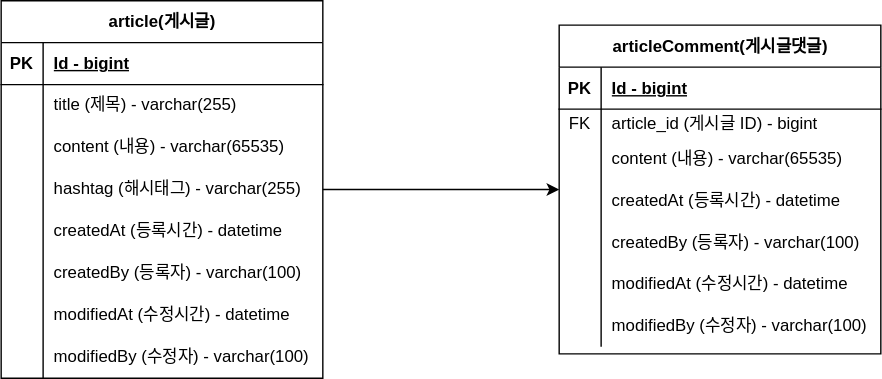
Above: document/project-board-erd.svg in cafe-jun/spring-board (draw.io), before the change. Source tidied: cells renumbered, new cells last; positions are measured from the earlier drawing's top-left corner, leaving out a move shared by most shapes.
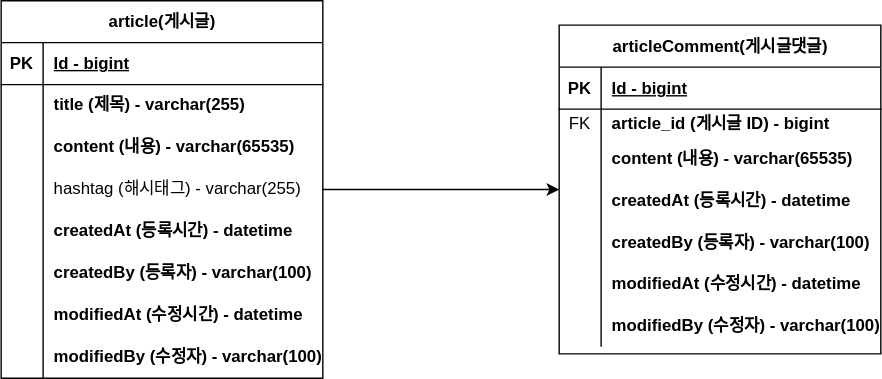
Above is the later version.

Commit message:
[ERD] not null 처리 컬럼 볼드체 처리 project-board-erd.svg 업데이트

What changed in the source:
```diff
@@ -23,7 +23,7 @@
     <mxCell id="8" style="shape=partialRectangle;fillColor=none;top=0;left=0;bottom=0;right=0;overflow=hidden;whiteSpace=wrap;html=1;" parent="7" vertex="1">
       <mxGeometry width="30" height="30" as="geometry" />
     </mxCell>
-    <mxCell id="9" value="title (제목) - varchar(255)" style="shape=partialRectangle;fillColor=none;top=0;left=0;bottom=0;right=0;align=left;spacingLeft=6;overflow=hidden;whiteSpace=wrap;html=1;" parent="7" vertex="1">
+    <mxCell id="9" value="title (제목) - varchar(255)" style="shape=partialRectangle;fillColor=none;top=0;left=0;bottom=0;right=0;align=left;spacingLeft=6;overflow=hidden;whiteSpace=wrap;html=1;fontStyle=1;" parent="7" vertex="1">
       <mxGeometry x="30" width="200" height="30" as="geometry" />
     </mxCell>
     <mxCell id="10" style="shape=tableRow;horizontal=0;startSize=0;swimlaneHead=0;swimlaneBody=0;fillColor=none;top=0;left=0;right=0;bottom=0;" parent="3" vertex="1">
@@ -32,7 +32,7 @@
     <mxCell id="11" style="shape=partialRectangle;fillColor=none;top=0;left=0;bottom=0;right=0;overflow=hidden;whiteSpace=wrap;html=1;" parent="10" vertex="1">
       <mxGeometry width="30" height="30" as="geometry" />
     </mxCell>
-    <mxCell id="12" value="content (내용) - varchar(65535)" style="shape=partialRectangle;fillColor=none;top=0;left=0;bottom=0;right=0;align=left;spacingLeft=6;overflow=hidden;whiteSpace=wrap;html=1;" parent="10" vertex="1">
+    <mxCell id="12" value="content (내용) - varchar(65535)" style="shape=partialRectangle;fillColor=none;top=0;left=0;bottom=0;right=0;align=left;spacingLeft=6;overflow=hidden;whiteSpace=wrap;html=1;fontStyle=1;" parent="10" vertex="1">
       <mxGeometry x="30" width="200" height="30" as="geometry" />
     </mxCell>
     <mxCell id="13" style="shape=tableRow;horizontal=0;startSize=0;swimlaneHead=0;swimlaneBody=0;fillColor=none;top=0;left=0;right=0;bottom=0;" parent="3" vertex="1">
@@ -50,7 +50,7 @@
     <mxCell id="17" style="shape=partialRectangle;fillColor=none;top=0;left=0;bottom=0;right=0;overflow=hidden;whiteSpace=wrap;html=1;" parent="16" vertex="1">
       <mxGeometry width="30" height="30" as="geometry" />
     </mxCell>
-    <mxCell id="18" value="createdAt (등록시간) - datetime" style="shape=partialRectangle;fillColor=none;top=0;left=0;bottom=0;right=0;align=left;spacingLeft=6;overflow=hidden;whiteSpace=wrap;html=1;" parent="16" vertex="1">
+    <mxCell id="18" value="createdAt (등록시간) - datetime" style="shape=partialRectangle;fillColor=none;top=0;left=0;bottom=0;right=0;align=left;spacingLeft=6;overflow=hidden;whiteSpace=wrap;html=1;fontStyle=1;" parent="16" vertex="1">
       <mxGeometry x="30" width="200" height="30" as="geometry" />
     </mxCell>
     <mxCell id="19" style="shape=tableRow;horizontal=0;startSize=0;swimlaneHead=0;swimlaneBody=0;fillColor=none;top=0;left=0;right=0;bottom=0;" parent="3" vertex="1">
@@ -59,7 +59,7 @@
     <mxCell id="20" style="shape=partialRectangle;fillColor=none;top=0;left=0;bottom=0;right=0;overflow=hidden;whiteSpace=wrap;html=1;" parent="19" vertex="1">
       <mxGeometry width="30" height="30" as="geometry" />
     </mxCell>
-    <mxCell id="21" value="createdBy (등록자) - varchar(100)" style="shape=partialRectangle;fillColor=none;top=0;left=0;bottom=0;right=0;align=left;spacingLeft=6;overflow=hidden;whiteSpace=wrap;html=1;" parent="19" vertex="1">
+    <mxCell id="21" value="createdBy (등록자) - varchar(100)" style="shape=partialRectangle;fillColor=none;top=0;left=0;bottom=0;right=0;align=left;spacingLeft=6;overflow=hidden;whiteSpace=wrap;html=1;fontStyle=1;" parent="19" vertex="1">
       <mxGeometry x="30" width="200" height="30" as="geometry" />
     </mxCell>
     <mxCell id="22" style="shape=tableRow;horizontal=0;startSize=0;swimlaneHead=0;swimlaneBody=0;fillColor=none;top=0;left=0;right=0;bottom=0;" parent="3" vertex="1">
@@ -68,7 +68,7 @@
     <mxCell id="23" style="shape=partialRectangle;fillColor=none;top=0;left=0;bottom=0;right=0;overflow=hidden;whiteSpace=wrap;html=1;" parent="22" vertex="1">
       <mxGeometry width="30" height="30" as="geometry" />
     </mxCell>
-    <mxCell id="24" value="modifiedAt (수정시간) - datetime" style="shape=partialRectangle;fillColor=none;top=0;left=0;bottom=0;right=0;align=left;spacingLeft=6;overflow=hidden;whiteSpace=wrap;html=1;" parent="22" vertex="1">
+    <mxCell id="24" value="modifiedAt (수정시간) - datetime" style="shape=partialRectangle;fillColor=none;top=0;left=0;bottom=0;right=0;align=left;spacingLeft=6;overflow=hidden;whiteSpace=wrap;html=1;fontStyle=1;" parent="22" vertex="1">
       <mxGeometry x="30" width="200" height="30" as="geometry" />
     </mxCell>
     <mxCell id="25" style="shape=tableRow;horizontal=0;startSize=0;swimlaneHead=0;swimlaneBody=0;fillColor=none;top=0;left=0;right=0;bottom=0;" parent="3" vertex="1">
@@ -77,7 +77,7 @@
     <mxCell id="26" style="shape=partialRectangle;fillColor=none;top=0;left=0;bottom=0;right=0;overflow=hidden;whiteSpace=wrap;html=1;" parent="25" vertex="1">
       <mxGeometry width="30" height="30" as="geometry" />
     </mxCell>
-    <mxCell id="27" value="modifiedBy (수정자) - varchar(100)" style="shape=partialRectangle;fillColor=none;top=0;left=0;bottom=0;right=0;align=left;spacingLeft=6;overflow=hidden;whiteSpace=wrap;html=1;" parent="25" vertex="1">
+    <mxCell id="27" value="modifiedBy (수정자) - varchar(100)" style="shape=partialRectangle;fillColor=none;top=0;left=0;bottom=0;right=0;align=left;spacingLeft=6;overflow=hidden;whiteSpace=wrap;html=1;fontStyle=1;" parent="25" vertex="1">
       <mxGeometry x="30" width="200" height="30" as="geometry" />
     </mxCell>
     <mxCell id="28" value="articleComment(게시글댓글)" style="shape=table;startSize=30;rowLines=0;fontStyle=1;align=center;html=1;" parent="1" vertex="1">
@@ -98,7 +98,7 @@
     <mxCell id="33" value="FK" style="shape=partialRectangle;fillColor=none;top=0;left=0;bottom=0;right=0;overflow=hidden;whiteSpace=wrap;html=1;" parent="32" vertex="1">
       <mxGeometry width="30" height="20" as="geometry" />
     </mxCell>
-    <mxCell id="34" value="article_id (게시글 ID) - bigint" style="shape=partialRectangle;fillColor=none;top=0;left=0;bottom=0;right=0;align=left;spacingLeft=6;overflow=hidden;whiteSpace=wrap;html=1;" parent="32" vertex="1">
+    <mxCell id="34" value="article_id (게시글 ID) - bigint" style="shape=partialRectangle;fillColor=none;top=0;left=0;bottom=0;right=0;align=left;spacingLeft=6;overflow=hidden;whiteSpace=wrap;html=1;fontStyle=1;" parent="32" vertex="1">
       <mxGeometry x="30" width="200" height="20" as="geometry" />
     </mxCell>
     <mxCell id="35" style="shape=tableRow;horizontal=0;startSize=0;swimlaneHead=0;swimlaneBody=0;fillColor=none;top=0;left=0;right=0;bottom=0;" parent="28" vertex="1">
@@ -107,7 +107,7 @@
     <mxCell id="36" style="shape=partialRectangle;fillColor=none;top=0;left=0;bottom=0;right=0;overflow=hidden;whiteSpace=wrap;html=1;" parent="35" vertex="1">
       <mxGeometry width="30" height="30" as="geometry" />
     </mxCell>
-    <mxCell id="37" value="content (내용) - varchar(65535)" style="shape=partialRectangle;fillColor=none;top=0;left=0;bottom=0;right=0;align=left;spacingLeft=6;overflow=hidden;whiteSpace=wrap;html=1;" parent="35" vertex="1">
+    <mxCell id="37" value="content (내용) - varchar(65535)" style="shape=partialRectangle;fillColor=none;top=0;left=0;bottom=0;right=0;align=left;spacingLeft=6;overflow=hidden;whiteSpace=wrap;html=1;fontStyle=1;" parent="35" vertex="1">
       <mxGeometry x="30" width="200" height="30" as="geometry" />
     </mxCell>
     <mxCell id="38" style="shape=tableRow;horizontal=0;startSize=0;swimlaneHead=0;swimlaneBody=0;fillColor=none;top=0;left=0;right=0;bottom=0;" parent="28" vertex="1">
@@ -116,7 +116,7 @@
     <mxCell id="39" style="shape=partialRectangle;fillColor=none;top=0;left=0;bottom=0;right=0;overflow=hidden;whiteSpace=wrap;html=1;" parent="38" vertex="1">
       <mxGeometry width="30" height="30" as="geometry" />
     </mxCell>
-    <mxCell id="40" value="createdAt (등록시간) - datetime" style="shape=partialRectangle;fillColor=none;top=0;left=0;bottom=0;right=0;align=left;spacingLeft=6;overflow=hidden;whiteSpace=wrap;html=1;" parent="38" vertex="1">
+    <mxCell id="40" value="createdAt (등록시간) - datetime" style="shape=partialRectangle;fillColor=none;top=0;left=0;bottom=0;right=0;align=left;spacingLeft=6;overflow=hidden;whiteSpace=wrap;html=1;fontStyle=1;" parent="38" vertex="1">
       <mxGeometry x="30" width="200" height="30" as="geometry" />
     </mxCell>
     <mxCell id="41" style="shape=tableRow;horizontal=0;startSize=0;swimlaneHead=0;swimlaneBody=0;fillColor=none;top=0;left=0;right=0;bottom=0;" parent="28" vertex="1">
@@ -125,7 +125,7 @@
     <mxCell id="42" style="shape=partialRectangle;fillColor=none;top=0;left=0;bottom=0;right=0;overflow=hidden;whiteSpace=wrap;html=1;" parent="41" vertex="1">
       <mxGeometry width="30" height="30" as="geometry" />
     </mxCell>
-    <mxCell id="43" value="createdBy (등록자) - varchar(100)" style="shape=partialRectangle;fillColor=none;top=0;left=0;bottom=0;right=0;align=left;spacingLeft=6;overflow=hidden;whiteSpace=wrap;html=1;" parent="41" vertex="1">
+    <mxCell id="43" value="createdBy (등록자) - varchar(100)" style="shape=partialRectangle;fillColor=none;top=0;left=0;bottom=0;right=0;align=left;spacingLeft=6;overflow=hidden;whiteSpace=wrap;html=1;fontStyle=1;" parent="41" vertex="1">
       <mxGeometry x="30" width="200" height="30" as="geometry" />
     </mxCell>
     <mxCell id="44" style="shape=tableRow;horizontal=0;startSize=0;swimlaneHead=0;swimlaneBody=0;fillColor=none;top=0;left=0;right=0;bottom=0;" parent="28" vertex="1">
@@ -134,7 +134,7 @@
     <mxCell id="45" style="shape=partialRectangle;fillColor=none;top=0;left=0;bottom=0;right=0;overflow=hidden;whiteSpace=wrap;html=1;" parent="44" vertex="1">
       <mxGeometry width="30" height="30" as="geometry" />
     </mxCell>
-    <mxCell id="46" value="modifiedAt (수정시간) - datetime" style="shape=partialRectangle;fillColor=none;top=0;left=0;bottom=0;right=0;align=left;spacingLeft=6;overflow=hidden;whiteSpace=wrap;html=1;" parent="44" vertex="1">
+    <mxCell id="46" value="modifiedAt (수정시간) - datetime" style="shape=partialRectangle;fillColor=none;top=0;left=0;bottom=0;right=0;align=left;spacingLeft=6;overflow=hidden;whiteSpace=wrap;html=1;fontStyle=1;" parent="44" vertex="1">
       <mxGeometry x="30" width="200" height="30" as="geometry" />
     </mxCell>
     <mxCell id="47" style="shape=tableRow;horizontal=0;startSize=0;swimlaneHead=0;swimlaneBody=0;fillColor=none;top=0;left=0;right=0;bottom=0;" parent="28" vertex="1">
@@ -143,7 +143,7 @@
     <mxCell id="48" style="shape=partialRectangle;fillColor=none;top=0;left=0;bottom=0;right=0;overflow=hidden;whiteSpace=wrap;html=1;" parent="47" vertex="1">
       <mxGeometry width="30" height="30" as="geometry" />
     </mxCell>
-    <mxCell id="49" value="modifiedBy (수정자) - varchar(100)" style="shape=partialRectangle;fillColor=none;top=0;left=0;bottom=0;right=0;align=left;spacingLeft=6;overflow=hidden;whiteSpace=wrap;html=1;" parent="47" vertex="1">
+    <mxCell id="49" value="modifiedBy (수정자) - varchar(100)" style="shape=partialRectangle;fillColor=none;top=0;left=0;bottom=0;right=0;align=left;spacingLeft=6;overflow=hidden;whiteSpace=wrap;html=1;fontStyle=1;" parent="47" vertex="1">
       <mxGeometry x="30" width="200" height="30" as="geometry" />
     </mxCell>
   </root>
```
